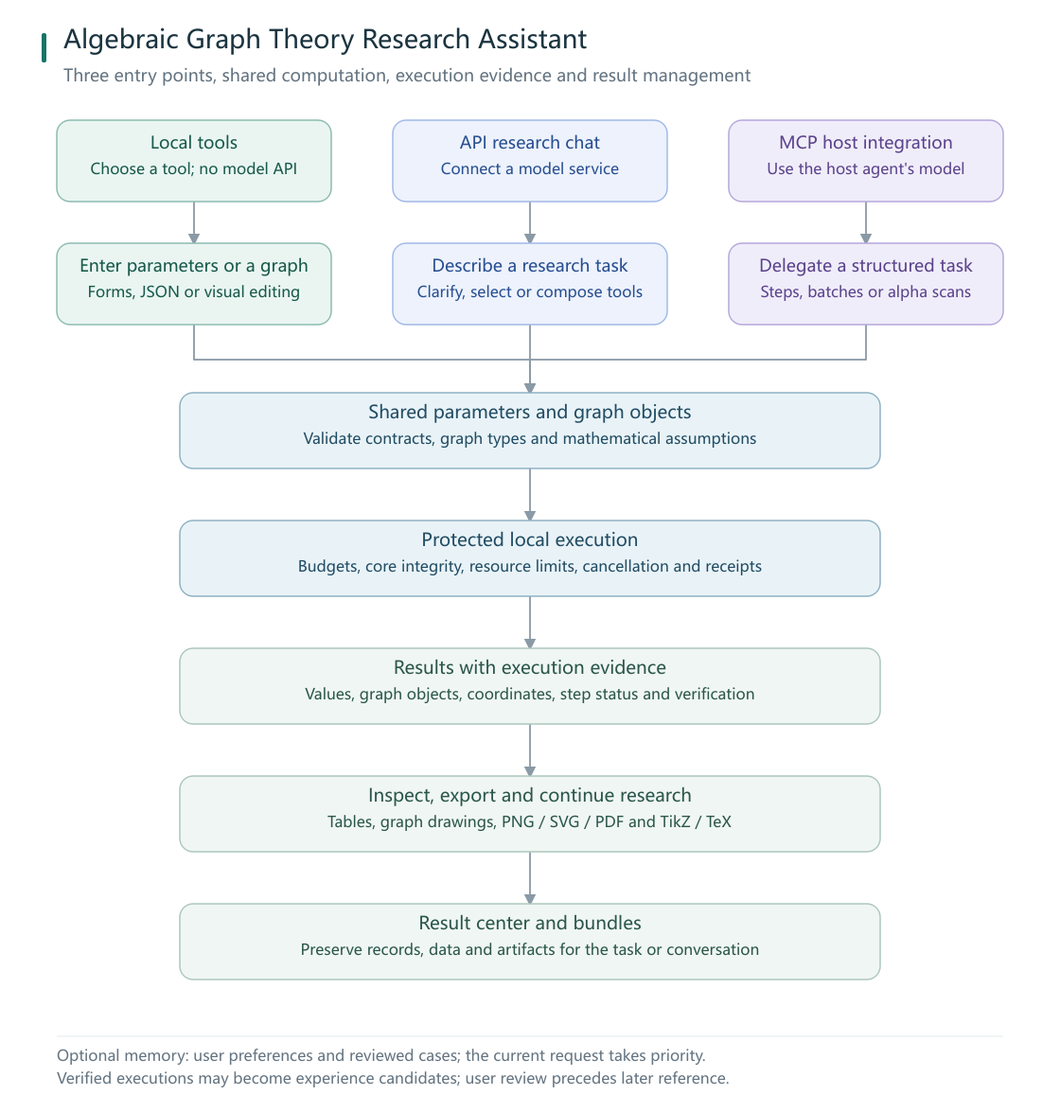
The Mermaid diagram docs/diagrams/workflow-overview-en.png in 735336168liuxiaoqi-hub/algebraic-graph-theory-research-assistant, before a commit. Its source is kept beside it as docs/diagrams/workflow-overview-en.mmd. Source of this version:
```mermaid
flowchart TB
    offline["Local tools<br/>Choose a tool; no model API"]:::manual
    api["API research chat<br/>Connect a model service"]:::model
    mcp["MCP host integration<br/>Use the host agent's model"]:::host
    form["Enter parameters or a graph<br/>Forms, JSON or visual editing"]:::manual
    plan["Describe a research task<br/>Clarify, select or compose tools"]:::model
    delegate["Delegate a structured task<br/>Steps, batches or alpha scans"]:::host
    validate["Shared parameters and graph objects<br/>Validate contracts, graph types and mathematical assumptions"]:::guard
    execute["Protected local execution<br/>Budgets, core integrity, resource limits, cancellation and receipts"]:::guard
    evidence["Results with execution evidence<br/>Values, graph objects, coordinates, step status and verification"]:::data
    present["Inspect, export and continue research<br/>Tables, graph drawings, PNG / SVG / PDF and TikZ / TeX"]:::data
    bundle["Result center and bundles<br/>Preserve records, data and artifacts for the task or conversation"]:::data
    offline --> form
    api --> plan
    mcp --> delegate
    form --> validate
    plan --> validate
    delegate --> validate
    validate --> execute
    execute --> evidence
    evidence --> present
    present --> bundle
    classDef process fill:#f5f7fa,stroke:#c6d1da,color:#233845,stroke-width:1.5px
    classDef manual fill:#eaf5f1,stroke:#8dbbb0,color:#175a4a,stroke-width:1.5px
    classDef model fill:#edf2fc,stroke:#a1b8e7,color:#284f91,stroke-width:1.5px
    classDef host fill:#f0edfa,stroke:#b5a7da,color:#5b438c,stroke-width:1.5px
    classDef guard fill:#e9f3f7,stroke:#8fb1c3,color:#224d64,stroke-width:1.5px
    classDef data fill:#f0f6f4,stroke:#adc7bc,color:#2b574a,stroke-width:1.5px
    classDef warning fill:#fcf4e7,stroke:#d7b985,color:#805b26,stroke-width:1.5px
    classDef decision fill:#ffffff,stroke:#9fadb9,color:#344c5c,stroke-width:1.5px
```
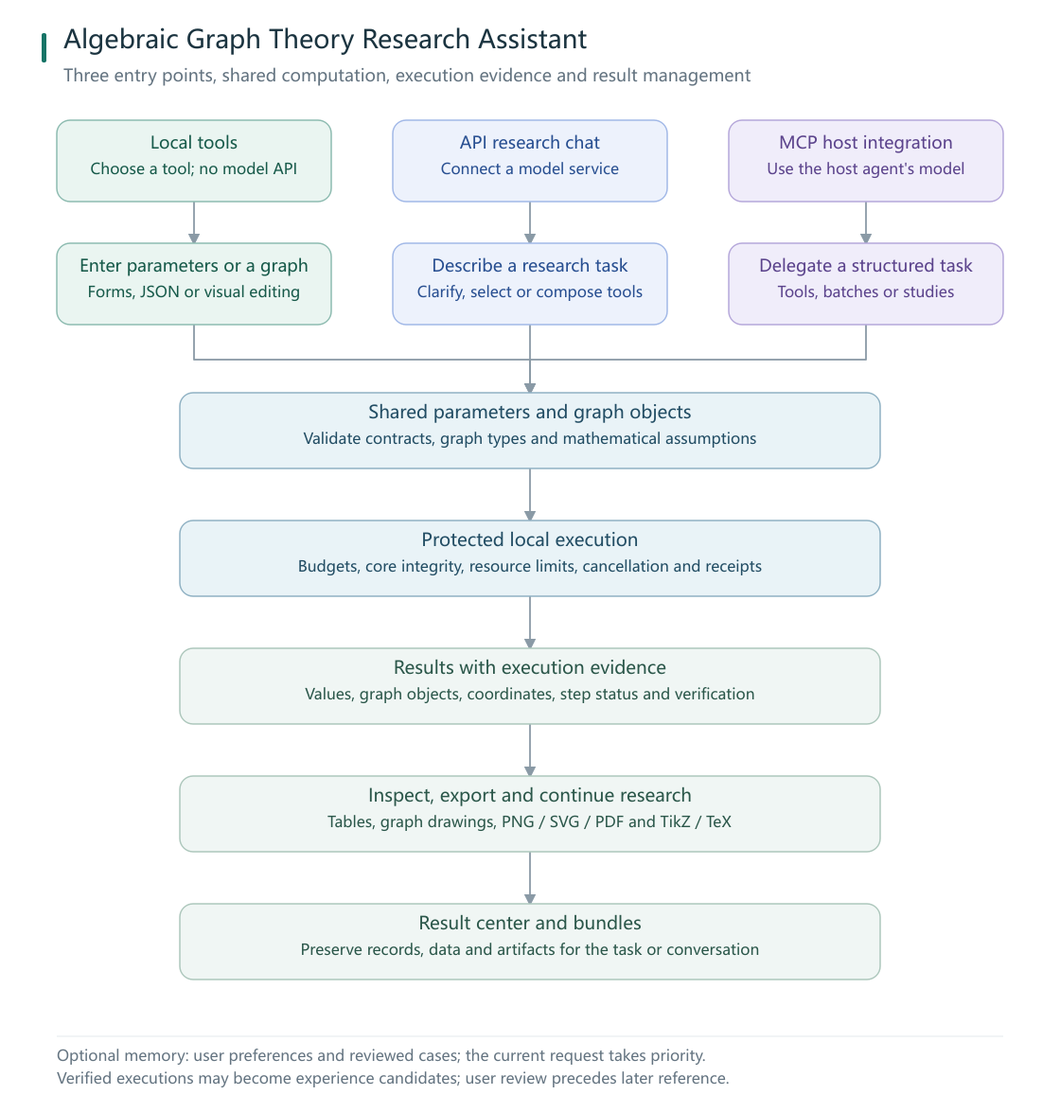
The same file after the commit.

Diff of the diagram source:
```diff
@@ -4,7 +4,7 @@
     mcp["MCP host integration<br/>Use the host agent's model"]:::host
     form["Enter parameters or a graph<br/>Forms, JSON or visual editing"]:::manual
     plan["Describe a research task<br/>Clarify, select or compose tools"]:::model
-    delegate["Delegate a structured task<br/>Steps, batches or alpha scans"]:::host
+    delegate["Delegate a structured task<br/>Tools, batches or studies"]:::host
     validate["Shared parameters and graph objects<br/>Validate contracts, graph types and mathematical assumptions"]:::guard
     execute["Protected local execution<br/>Budgets, core integrity, resource limits, cancellation and receipts"]:::guard
     evidence["Results with execution evidence<br/>Values, graph objects, coordinates, step status and verification"]:::data
```
